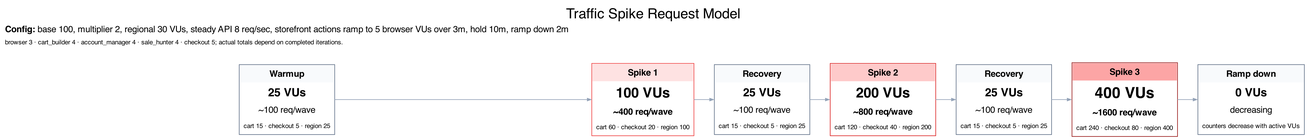
Before: docs/graphviz/traffic-spike-request-cards.png, a diagram exported from Graphviz (orenlion1/ensemble-retail). Its source is kept beside it as docs/graphviz/traffic-spike-request-cards.dot.
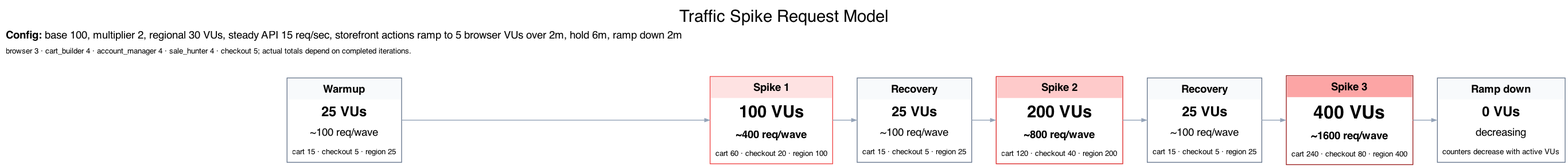
After the commit.

Diff of the diagram source:
```diff
@@ -25,7 +25,7 @@
     <TABLE BORDER="1" CELLBORDER="0" CELLSPACING="0" CELLPADDING="6" COLOR="#64748b"><TR><TD BGCOLOR="#f8fafc"><B>Ramp down</B></TD></TR><TR><TD><FONT POINT-SIZE="18"><B>0 VUs</B></FONT></TD></TR><TR><TD>decreasing</TD></TR><TR><TD><FONT POINT-SIZE="10">counters decrease with active VUs</FONT></TD></TR></TABLE>
   >];
   legend [label=<
-    <TABLE BORDER="0" CELLBORDER="0" CELLSPACING="0" CELLPADDING="4"><TR><TD ALIGN="LEFT"><B>Config:</B> base 100, multiplier 2, regional 30 VUs, steady API 8 req/sec, storefront actions ramp to 5 browser VUs over 3m, hold 10m, ramp down 2m</TD></TR><TR><TD ALIGN="LEFT"><FONT POINT-SIZE="10">browser 3 · cart_builder 4 · account_manager 4 · sale_hunter 4 · checkout 5; actual totals depend on completed iterations.</FONT></TD></TR></TABLE>
+    <TABLE BORDER="0" CELLBORDER="0" CELLSPACING="0" CELLPADDING="4"><TR><TD ALIGN="LEFT"><B>Config:</B> base 100, multiplier 2, regional 30 VUs, steady API 15 req/sec, storefront actions ramp to 5 browser VUs over 2m, hold 6m, ramp down 2m</TD></TR><TR><TD ALIGN="LEFT"><FONT POINT-SIZE="10">browser 3 · cart_builder 4 · account_manager 4 · sale_hunter 4 · checkout 5; actual totals depend on completed iterations.</FONT></TD></TR></TABLE>
   >];
 
   warmup -> spike1 -> recovery1 -> spike2 -> recovery2 -> spike3 -> rampdown;
```
